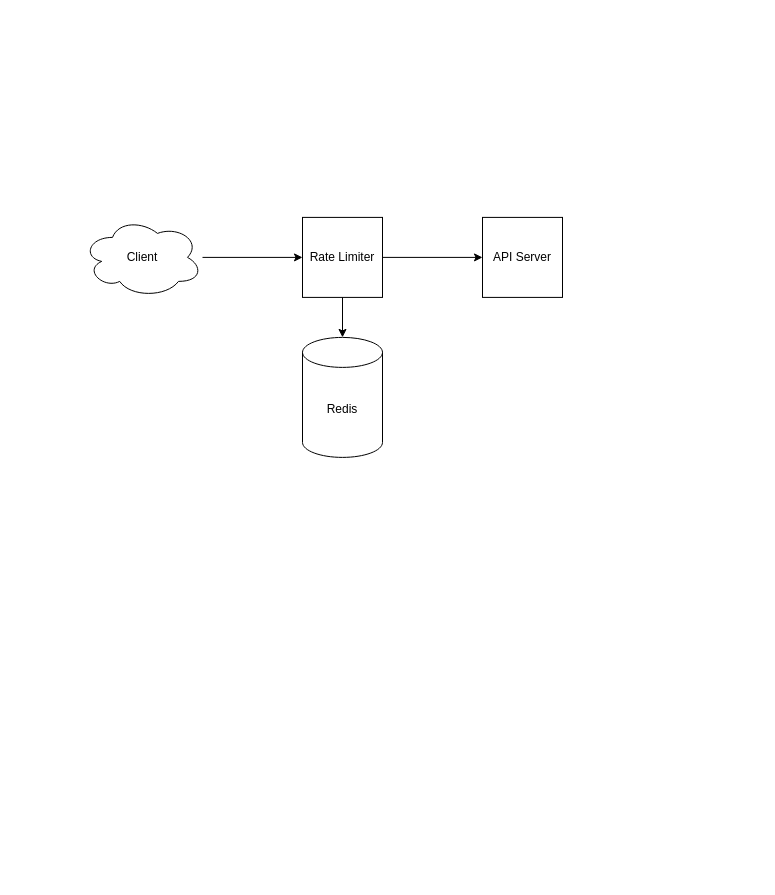
tarunbatta/em-prep keeps this draw.io diagram as system-design/rate-limiter/rate-limiter.drawio. Above is the earlier version. Source tidied: cells renumbered, new cells numbered last; positions are measured from the earlier drawing's top-left corner, leaving out a move shared by most shapes. Both pictures are drawn from the tidied source at 100%, with x=0, y=0 at pixel (82, 217).
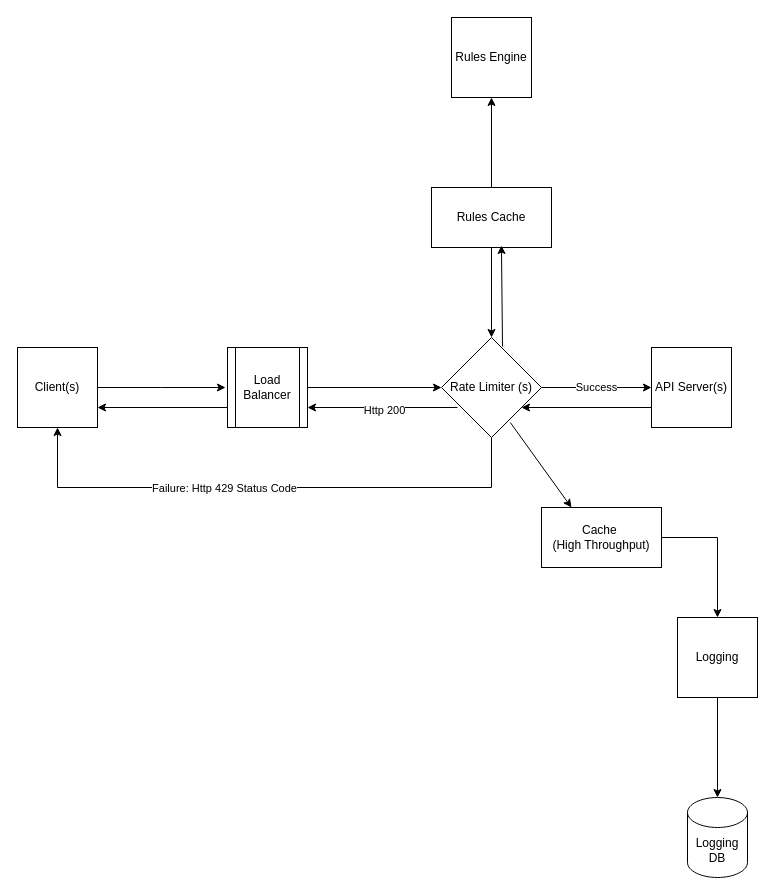
After the change.

Commit message (it also covers changes not shown here):
added markdown formatting, updated design for rate-limiter and email archive

Change to the diagram source:
```diff
@@
-    <mxCell id="2" value="Client" style="ellipse;shape=cloud;whiteSpace=wrap;html=1;" parent="1" vertex="1">
-      <mxGeometry y="-0.1" width="120" height="80" as="geometry" />
-    </mxCell>
-    <mxCell id="3" value="Rate Limiter" style="whiteSpace=wrap;html=1;" parent="1" vertex="1">
-      <mxGeometry x="220" y="-0.1" width="80" height="80" as="geometry" />
-    </mxCell>
-    <mxCell id="4" value="API Server" style="whiteSpace=wrap;html=1;" parent="1" vertex="1">
-      <mxGeometry x="400" y="-0.1" width="80" height="80" as="geometry" />
-    </mxCell>
-    <mxCell id="5" value="Redis" style="shape=cylinder3;whiteSpace=wrap;html=1;boundedLbl=1;backgroundOutline=1;size=15;" parent="1" vertex="1">
-      <mxGeometry x="220" y="119.9" width="80" height="120" as="geometry" />
-    </mxCell>
-    <mxCell id="6" style="edgeStyle=orthogonalEdgeStyle;rounded=0;jettySize=auto;html=1;" parent="1" edge="1" source="2" target="3">
-      <mxGeometry relative="1" as="geometry" />
-    </mxCell>
-    <mxCell id="7" style="edgeStyle=orthogonalEdgeStyle;rounded=0;jettySize=auto;html=1;" parent="1" edge="1" source="3" target="4">
-      <mxGeometry relative="1" as="geometry" />
-    </mxCell>
-    <mxCell id="8" style="edgeStyle=orthogonalEdgeStyle;rounded=0;jettySize=auto;html=1;" parent="1" edge="1" source="3" target="5">
-      <mxGeometry relative="1" as="geometry" />
-    </mxCell>
+    <mxCell id="9" style="edgeStyle=orthogonalEdgeStyle;rounded=0;jettySize=auto;html=1;exitX=1;exitY=0.5;exitDx=0;exitDy=0;" parent="1" edge="1" source="10">
+      <mxGeometry relative="1" as="geometry">
+        <mxPoint x="143" y="170" as="targetPoint" />
+      </mxGeometry>
+    </mxCell>
+    <mxCell id="10" value="Client(s)" style="whiteSpace=wrap;html=1;" parent="1" vertex="1">
+      <mxGeometry x="-65" y="130" width="80" height="80" as="geometry" />
+    </mxCell>
+    <mxCell id="11" style="edgeStyle=orthogonalEdgeStyle;rounded=0;jettySize=auto;html=1;exitX=0.5;exitY=1;exitDx=0;exitDy=0;entryX=0.5;entryY=0;entryDx=0;entryDy=0;" parent="1" edge="1" source="27" target="16">
+      <mxGeometry relative="1" as="geometry" />
+    </mxCell>
+    <mxCell id="12" style="edgeStyle=orthogonalEdgeStyle;rounded=0;jettySize=auto;html=1;exitX=0.5;exitY=0;exitDx=0;exitDy=0;" parent="1" edge="1" source="27" target="26">
+      <mxGeometry relative="1" as="geometry" />
+    </mxCell>
+    <mxCell id="13" value="Success" style="edgeStyle=orthogonalEdgeStyle;rounded=0;jettySize=auto;html=1;exitX=1;exitY=0.5;exitDx=0;exitDy=0;entryX=0;entryY=0.5;entryDx=0;entryDy=0;" parent="1" edge="1" source="16" target="18">
+      <mxGeometry relative="1" as="geometry" />
+    </mxCell>
+    <mxCell id="14" style="edgeStyle=orthogonalEdgeStyle;rounded=0;jettySize=auto;html=1;entryX=0.5;entryY=1;entryDx=0;entryDy=0;" parent="1" edge="1" source="16" target="10">
+      <mxGeometry relative="1" as="geometry">
+        <Array as="points">
+          <mxPoint x="409" y="270" />
+          <mxPoint x="-25" y="270" />
+        </Array>
+      </mxGeometry>
+    </mxCell>
+    <mxCell id="15" value="Failure: Http 429 Status Code" style="edgeLabel;html=1;align=center;verticalAlign=middle;" parent="14" vertex="1">
+      <mxGeometry x="0.3" y="2" relative="1" as="geometry">
+        <mxPoint x="36" y="-2" as="offset" />
+      </mxGeometry>
+    </mxCell>
+    <mxCell id="16" value="Rate Limiter (s&lt;span style=&quot;background-color: initial;&quot;&gt;)&lt;/span&gt;" style="rhombus;whiteSpace=wrap;html=1;" parent="1" vertex="1">
+      <mxGeometry x="359" y="120" width="100" height="100" as="geometry" />
+    </mxCell>
+    <mxCell id="17" style="edgeStyle=orthogonalEdgeStyle;rounded=0;jettySize=auto;html=1;exitX=0;exitY=0.75;exitDx=0;exitDy=0;" parent="1" edge="1" source="18">
+      <mxGeometry relative="1" as="geometry">
+        <mxPoint x="439" y="190" as="targetPoint" />
+      </mxGeometry>
+    </mxCell>
+    <mxCell id="18" value="API Server(s&lt;span style=&quot;background-color: initial;&quot;&gt;)&lt;/span&gt;" style="whiteSpace=wrap;html=1;" parent="1" vertex="1">
+      <mxGeometry x="569" y="130" width="80" height="80" as="geometry" />
+    </mxCell>
+    <mxCell id="19" style="endArrow=classic;html=1;rounded=0;exitX=0.16;exitY=0.7;exitDx=0;exitDy=0;exitPerimeter=0;entryX=1;entryY=0.75;entryDx=0;entryDy=0;" parent="1" edge="1" source="16" target="32">
+      <mxGeometry relative="1" as="geometry" />
+    </mxCell>
+    <mxCell id="20" value="Http 200" style="edgeLabel;html=1;align=center;verticalAlign=middle;" parent="19" vertex="1">
+      <mxGeometry x="-0.02" y="2" relative="1" as="geometry" />
+    </mxCell>
+    <mxCell id="21" style="edgeStyle=orthogonalEdgeStyle;rounded=0;jettySize=auto;html=1;exitX=1;exitY=0.5;exitDx=0;exitDy=0;" parent="1" edge="1" source="28" target="24">
+      <mxGeometry relative="1" as="geometry" />
+    </mxCell>
+    <mxCell id="22" style="endArrow=classic;html=1;rounded=0;exitX=0.688;exitY=0.85;exitDx=0;exitDy=0;exitPerimeter=0;entryX=0.25;entryY=0;entryDx=0;entryDy=0;" parent="1" edge="1" source="16" target="28">
+      <mxGeometry relative="1" as="geometry" />
+    </mxCell>
+    <mxCell id="23" style="edgeStyle=orthogonalEdgeStyle;rounded=0;jettySize=auto;html=1;exitX=0.5;exitY=1;exitDx=0;exitDy=0;entryX=0.5;entryY=0;entryDx=0;entryDy=0;entryPerimeter=0;" parent="1" edge="1" source="24" target="25">
+      <mxGeometry relative="1" as="geometry" />
+    </mxCell>
+    <mxCell id="24" value="Logging" style="whiteSpace=wrap;html=1;" parent="1" vertex="1">
+      <mxGeometry x="595" y="400" width="80" height="80" as="geometry" />
+    </mxCell>
+    <mxCell id="25" value="Logging DB" style="shape=cylinder3;whiteSpace=wrap;html=1;boundedLbl=1;backgroundOutline=1;size=15;" parent="1" vertex="1">
+      <mxGeometry x="605" y="580" width="60" height="80" as="geometry" />
+    </mxCell>
+    <mxCell id="26" value="Rules Engine" style="whiteSpace=wrap;html=1;" parent="1" vertex="1">
+      <mxGeometry x="369" y="-200" width="80" height="80" as="geometry" />
+    </mxCell>
+    <mxCell id="27" value="Rules Cache" style="rounded=0;whiteSpace=wrap;html=1;" parent="1" vertex="1">
+      <mxGeometry x="349" y="-30" width="120" height="60" as="geometry" />
+    </mxCell>
+    <mxCell id="28" value="Cache&amp;nbsp;&lt;div&gt;(High Throughput)&lt;/div&gt;" style="rounded=0;whiteSpace=wrap;html=1;" parent="1" vertex="1">
+      <mxGeometry x="459" y="290" width="120" height="60" as="geometry" />
+    </mxCell>
+    <mxCell id="29" style="endArrow=classic;html=1;rounded=0;exitX=0.61;exitY=0.09;exitDx=0;exitDy=0;exitPerimeter=0;entryX=0.583;entryY=0.967;entryDx=0;entryDy=0;entryPerimeter=0;" parent="1" edge="1" source="16" target="27">
+      <mxGeometry relative="1" as="geometry" />
+    </mxCell>
+    <mxCell id="30" style="edgeStyle=orthogonalEdgeStyle;rounded=0;jettySize=auto;html=1;exitX=0;exitY=0.75;exitDx=0;exitDy=0;entryX=1;entryY=0.75;entryDx=0;entryDy=0;" parent="1" edge="1" source="32" target="10">
+      <mxGeometry relative="1" as="geometry" />
+    </mxCell>
+    <mxCell id="31" style="edgeStyle=orthogonalEdgeStyle;rounded=0;jettySize=auto;html=1;exitX=1;exitY=0.5;exitDx=0;exitDy=0;entryX=0;entryY=0.5;entryDx=0;entryDy=0;" parent="1" edge="1" source="32" target="16">
+      <mxGeometry relative="1" as="geometry" />
+    </mxCell>
+    <mxCell id="32" value="Load Balancer" style="whiteSpace=wrap;html=1;shape=process;backgroundOutline=1;" parent="1" vertex="1">
+      <mxGeometry x="145" y="130" width="80" height="80" as="geometry" />
+    </mxCell>
```
